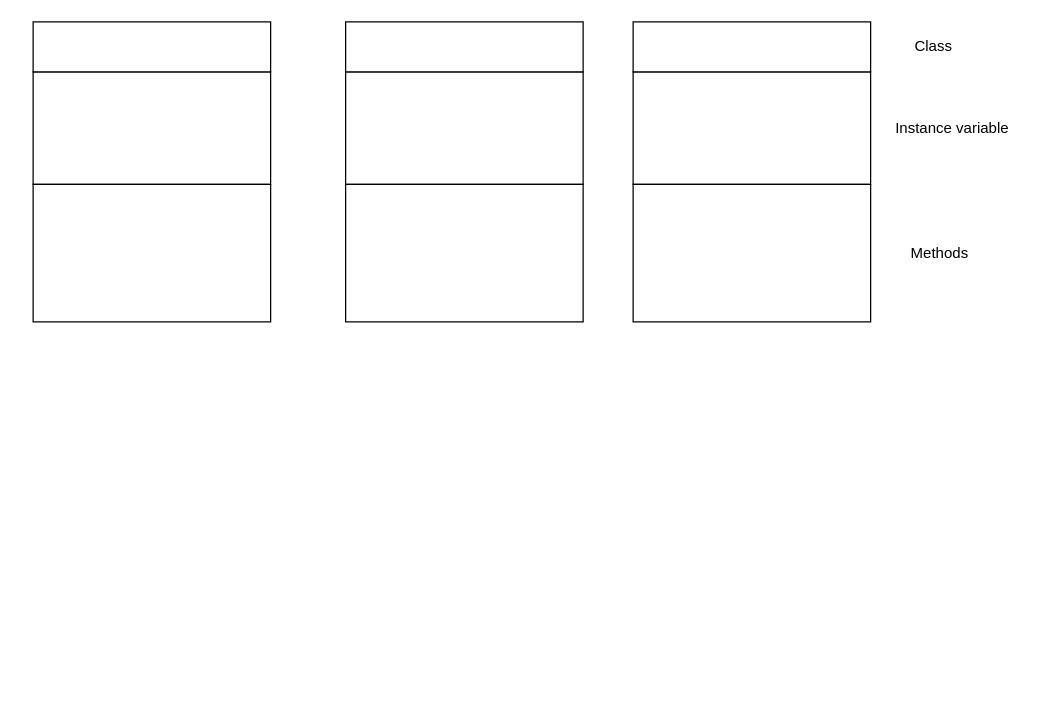
Above: Untitled Diagram.drawio in selsmie/drawings (draw.io), before the change. Source tidied: cells renumbered, new cells numbered last; positions are measured from the earlier drawing's top-left corner, leaving out a move shared by most shapes. Both pictures are drawn from the tidied source at 125%, with x=0, y=0 at pixel (32, 21).
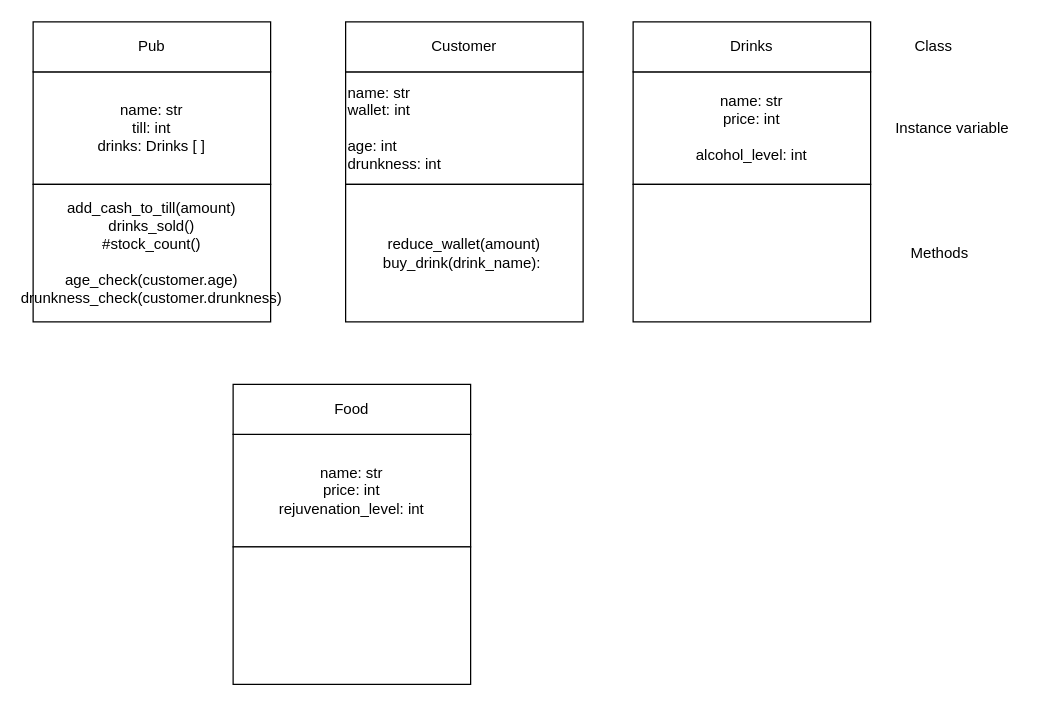
The same diagram, later.

What changed in the source:
```diff
@@
 <mxGraphModel>
   <root>
     <mxCell id="0" />
     <mxCell id="1" parent="0" />
-    <mxCell id="2" style="rounded=0;whiteSpace=wrap;html=1;align=left;" parent="1" vertex="1">
+    <mxCell id="2" value="name: str&lt;br&gt;wallet: int&lt;br&gt;&lt;br&gt;age: int&lt;br&gt;drunkness: int" style="rounded=0;whiteSpace=wrap;html=1;align=left;" parent="1" vertex="1">
       <mxGeometry x="250" y="40" width="190" height="90" as="geometry" />
     </mxCell>
-    <mxCell id="3" style="rounded=0;whiteSpace=wrap;html=1;" parent="1" vertex="1">
+    <mxCell id="3" value="Customer" style="rounded=0;whiteSpace=wrap;html=1;" parent="1" vertex="1">
       <mxGeometry x="250" width="190" height="40" as="geometry" />
     </mxCell>
-    <mxCell id="4" style="rounded=0;whiteSpace=wrap;html=1;" parent="1" vertex="1">
+    <mxCell id="4" value="reduce_wallet(amount)&lt;br&gt;buy_drink(drink_name):&amp;nbsp;" style="rounded=0;whiteSpace=wrap;html=1;" parent="1" vertex="1">
       <mxGeometry x="250" y="130" width="190" height="110" as="geometry" />
     </mxCell>
-    <mxCell id="5" style="rounded=0;whiteSpace=wrap;html=1;" parent="1" vertex="1">
+    <mxCell id="5" value="name: str&lt;br&gt;till: int&lt;br&gt;drinks: Drinks [ ]" style="rounded=0;whiteSpace=wrap;html=1;" parent="1" vertex="1">
       <mxGeometry y="40" width="190" height="90" as="geometry" />
     </mxCell>
-    <mxCell id="6" style="rounded=0;whiteSpace=wrap;html=1;" parent="1" vertex="1">
+    <mxCell id="6" value="Pub" style="rounded=0;whiteSpace=wrap;html=1;" parent="1" vertex="1">
       <mxGeometry width="190" height="40" as="geometry" />
     </mxCell>
-    <mxCell id="7" style="rounded=0;whiteSpace=wrap;html=1;" parent="1" vertex="1">
+    <mxCell id="7" value="add_cash_to_till(amount)&lt;br&gt;drinks_sold()&lt;br&gt;#stock_count()&lt;br&gt;&lt;br&gt;age_check(customer.age)&lt;br&gt;drunkness_check(customer.drunkness)" style="rounded=0;whiteSpace=wrap;html=1;" parent="1" vertex="1">
       <mxGeometry y="130" width="190" height="110" as="geometry" />
     </mxCell>
-    <mxCell id="8" style="rounded=0;whiteSpace=wrap;html=1;" parent="1" vertex="1">
+    <mxCell id="8" value="name: str&lt;br&gt;price: int&lt;br&gt;&lt;br&gt;alcohol_level: int" style="rounded=0;whiteSpace=wrap;html=1;" parent="1" vertex="1">
       <mxGeometry x="480" y="40" width="190" height="90" as="geometry" />
     </mxCell>
-    <mxCell id="9" style="rounded=0;whiteSpace=wrap;html=1;" parent="1" vertex="1">
+    <mxCell id="9" value="Drinks" style="rounded=0;whiteSpace=wrap;html=1;" parent="1" vertex="1">
       <mxGeometry x="480" width="190" height="40" as="geometry" />
     </mxCell>
     <mxCell id="10" style="rounded=0;whiteSpace=wrap;html=1;" parent="1" vertex="1">
       <mxGeometry x="480" y="130" width="190" height="110" as="geometry" />
     </mxCell>
     <mxCell id="11" value="Class" style="text;html=1;align=center;verticalAlign=middle;" parent="1" vertex="1">
       <mxGeometry x="695" y="10" width="50" height="20" as="geometry" />
     </mxCell>
     <mxCell id="12" value="Instance variable" style="text;html=1;align=center;verticalAlign=middle;" parent="1" vertex="1">
       <mxGeometry x="680" y="75" width="110" height="20" as="geometry" />
     </mxCell>
     <mxCell id="13" value="Methods&lt;br&gt;" style="text;html=1;align=center;verticalAlign=middle;" parent="1" vertex="1">
       <mxGeometry x="695" y="175" width="60" height="20" as="geometry" />
     </mxCell>
+    <mxCell id="14" value="name: str&lt;br&gt;price: int&lt;br&gt;rejuvenation_level: int" style="rounded=0;whiteSpace=wrap;html=1;" parent="1" vertex="1">
+      <mxGeometry x="160" y="330" width="190" height="90" as="geometry" />
+    </mxCell>
+    <mxCell id="15" value="Food" style="rounded=0;whiteSpace=wrap;html=1;" parent="1" vertex="1">
+      <mxGeometry x="160" y="290" width="190" height="40" as="geometry" />
+    </mxCell>
+    <mxCell id="16" style="rounded=0;whiteSpace=wrap;html=1;" parent="1" vertex="1">
+      <mxGeometry x="160" y="420" width="190" height="110" as="geometry" />
+    </mxCell>
   </root>
 </mxGraphModel>
```
